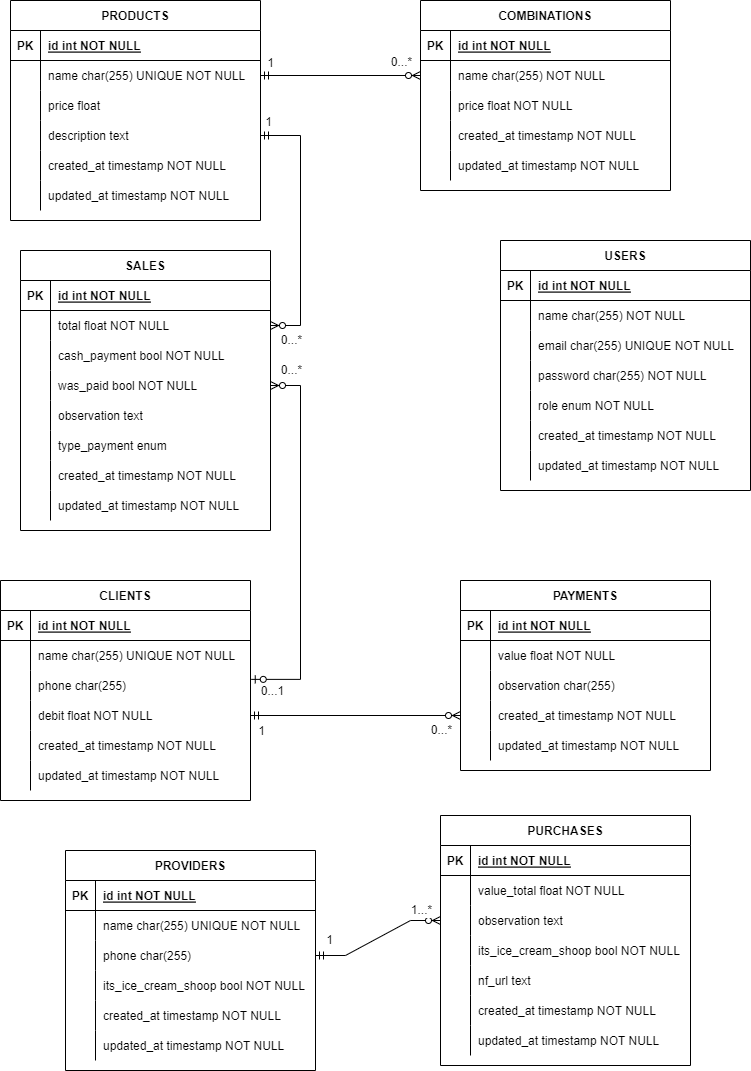
This is assets/modelagem.drawio.png from ygor-salles/ice-cream-api, a draw.io export, as it was before one commit. Source tidied: cells renumbered, new cells last; positions are measured from the earlier drawing's top-left corner, leaving out a move shared by most shapes.
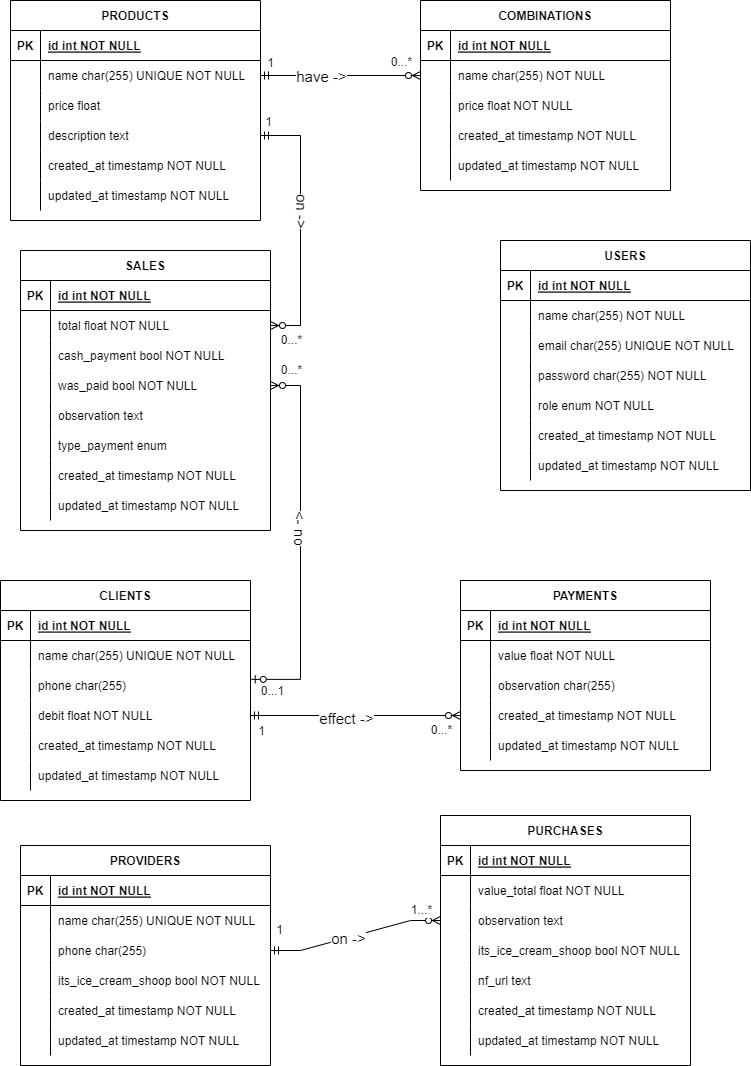
Above is the later version.

Change to the diagram source:
```diff
@@ -5,6 +5,9 @@
     <mxCell id="2" style="edgeStyle=entityRelationEdgeStyle;fontSize=12;html=1;endArrow=ERzeroToMany;startArrow=ERzeroToOne;rounded=0;elbow=vertical;jumpStyle=arc;exitX=1.003;exitY=0.296;exitDx=0;exitDy=0;exitPerimeter=0;" parent="1" edge="1" source="92" target="48">
       <mxGeometry relative="1" as="geometry" />
     </mxCell>
+    <mxCell id="175" value="&amp;lt;- no" style="edgeLabel;html=1;align=center;verticalAlign=middle;rotation=90;fontSize=15;" parent="2" vertex="1">
+      <mxGeometry x="0.08" y="-1" relative="1" as="geometry" />
+    </mxCell>
     <mxCell id="3" value="PRODUCTS" style="shape=table;startSize=30;rowLines=0;fontStyle=1;align=center;" parent="1" vertex="1">
       <mxGeometry x="10" width="250" height="220" as="geometry" />
     </mxCell>
@@ -357,7 +360,7 @@
       <mxGeometry x="30" width="220" height="30" as="geometry" />
     </mxCell>
     <mxCell id="120" value="PROVIDERS" style="shape=table;startSize=30;rowLines=0;fontStyle=1;align=center;" parent="1" vertex="1">
-      <mxGeometry x="65" y="850" width="250" height="220" as="geometry" />
+      <mxGeometry x="20" y="845" width="250" height="220" as="geometry" />
     </mxCell>
     <mxCell id="121" style="shape=partialRectangle;fillColor=none;top=0;left=0;right=0;bottom=1;" parent="120" vertex="1">
       <mxGeometry y="30" width="250" height="30" as="geometry" />
@@ -482,6 +485,9 @@
     <mxCell id="161" style="edgeStyle=entityRelationEdgeStyle;fontSize=12;html=1;endArrow=ERzeroToMany;startArrow=ERmandOne;rounded=0;labelBackgroundColor=default;fontFamily=Helvetica;fontColor=default;strokeColor=default;shape=connector;elbow=vertical;jumpStyle=arc;exitX=1;exitY=0.5;exitDx=0;exitDy=0;" parent="1" edge="1" source="13" target="42">
       <mxGeometry relative="1" as="geometry" />
     </mxCell>
+    <mxCell id="176" value="on -&amp;gt;" style="edgeLabel;html=1;align=center;verticalAlign=middle;rotation=92;fontSize=15;" parent="161" vertex="1">
+      <mxGeometry x="-0.11" y="2" relative="1" as="geometry" />
+    </mxCell>
     <mxCell id="162" style="edgeStyle=entityRelationEdgeStyle;fontSize=12;html=1;endArrow=ERzeroToMany;startArrow=ERmandOne;rounded=0;labelBackgroundColor=default;fontFamily=Helvetica;fontColor=default;strokeColor=default;shape=connector;elbow=vertical;jumpStyle=arc;exitX=1;exitY=0.5;exitDx=0;exitDy=0;entryX=0;entryY=0.5;entryDx=0;entryDy=0;" parent="1" edge="1" source="7" target="26">
       <mxGeometry relative="1" as="geometry" />
     </mxCell>
@@ -490,9 +496,17 @@
         <mxPoint x="-51" y="-16" as="offset" />
       </mxGeometry>
     </mxCell>
+    <mxCell id="177" value="have -&amp;gt;" style="edgeLabel;html=1;align=center;verticalAlign=middle;fontSize=15;" parent="162" vertex="1">
+      <mxGeometry x="-0.25" relative="1" as="geometry" />
+    </mxCell>
     <mxCell id="164" style="edgeStyle=entityRelationEdgeStyle;fontSize=12;html=1;endArrow=ERzeroToMany;startArrow=ERmandOne;rounded=0;labelBackgroundColor=default;fontFamily=Helvetica;fontColor=default;strokeColor=default;shape=connector;elbow=vertical;jumpStyle=arc;entryX=0;entryY=0.5;entryDx=0;entryDy=0;exitX=1;exitY=0.5;exitDx=0;exitDy=0;" parent="1" edge="1" source="127" target="146">
       <mxGeometry relative="1" as="geometry" />
     </mxCell>
+    <mxCell id="178" value="on -&amp;gt;" style="edgeLabel;html=1;align=center;verticalAlign=middle;fontSize=15;" parent="164" vertex="1">
+      <mxGeometry x="-0.1" y="1" relative="1" as="geometry">
+        <mxPoint y="1" as="offset" />
+      </mxGeometry>
+    </mxCell>
     <mxCell id="165" value="0...*" style="edgeLabel;html=1;align=center;verticalAlign=middle;fontSize=12;fontFamily=Helvetica;fontColor=default;" parent="1" vertex="1">
       <mxGeometry x="270" y="72" as="geometry">
         <mxPoint x="130" y="-11" as="offset" />
@@ -519,7 +533,7 @@
       </mxGeometry>
     </mxCell>
     <mxCell id="170" value="1" style="edgeLabel;html=1;align=center;verticalAlign=middle;fontSize=12;fontFamily=Helvetica;fontColor=default;" parent="1" vertex="1">
-      <mxGeometry x="340" y="890" as="geometry">
+      <mxGeometry x="290" y="880" as="geometry">
         <mxPoint x="-12" y="49" as="offset" />
       </mxGeometry>
     </mxCell>
@@ -536,6 +550,9 @@
         <mxPoint x="-69" y="12" as="offset" />
       </mxGeometry>
     </mxCell>
+    <mxCell id="179" value="effect -&amp;gt;" style="edgeLabel;html=1;align=center;verticalAlign=middle;fontSize=15;" parent="172" vertex="1">
+      <mxGeometry x="-0.1" y="-2" relative="1" as="geometry" />
+    </mxCell>
     <mxCell id="174" value="0...*" style="edgeLabel;html=1;align=center;verticalAlign=middle;fontSize=12;fontFamily=Helvetica;fontColor=default;" parent="1" vertex="1">
       <mxGeometry x="310" y="740" as="geometry">
         <mxPoint x="130" y="-11" as="offset" />
```
